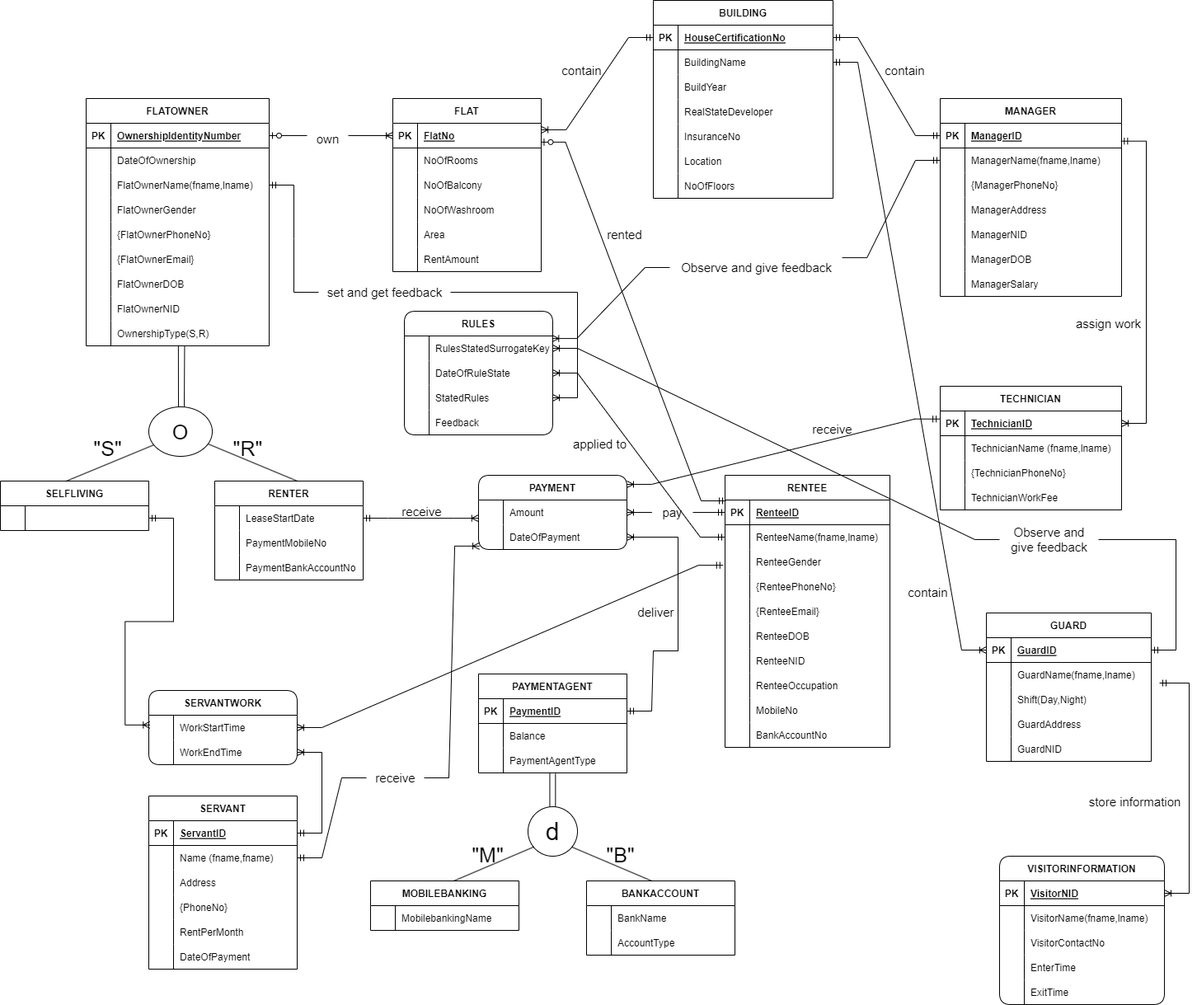
This is Documentation Pictures/EERD.png from toushifhossain1/Residential-Management-and-Monitoring-System, a draw.io export, as it was before one commit. Source tidied: cells renumbered, new cells last; positions are measured from the earlier drawing's top-left corner, leaving out a move shared by most shapes.
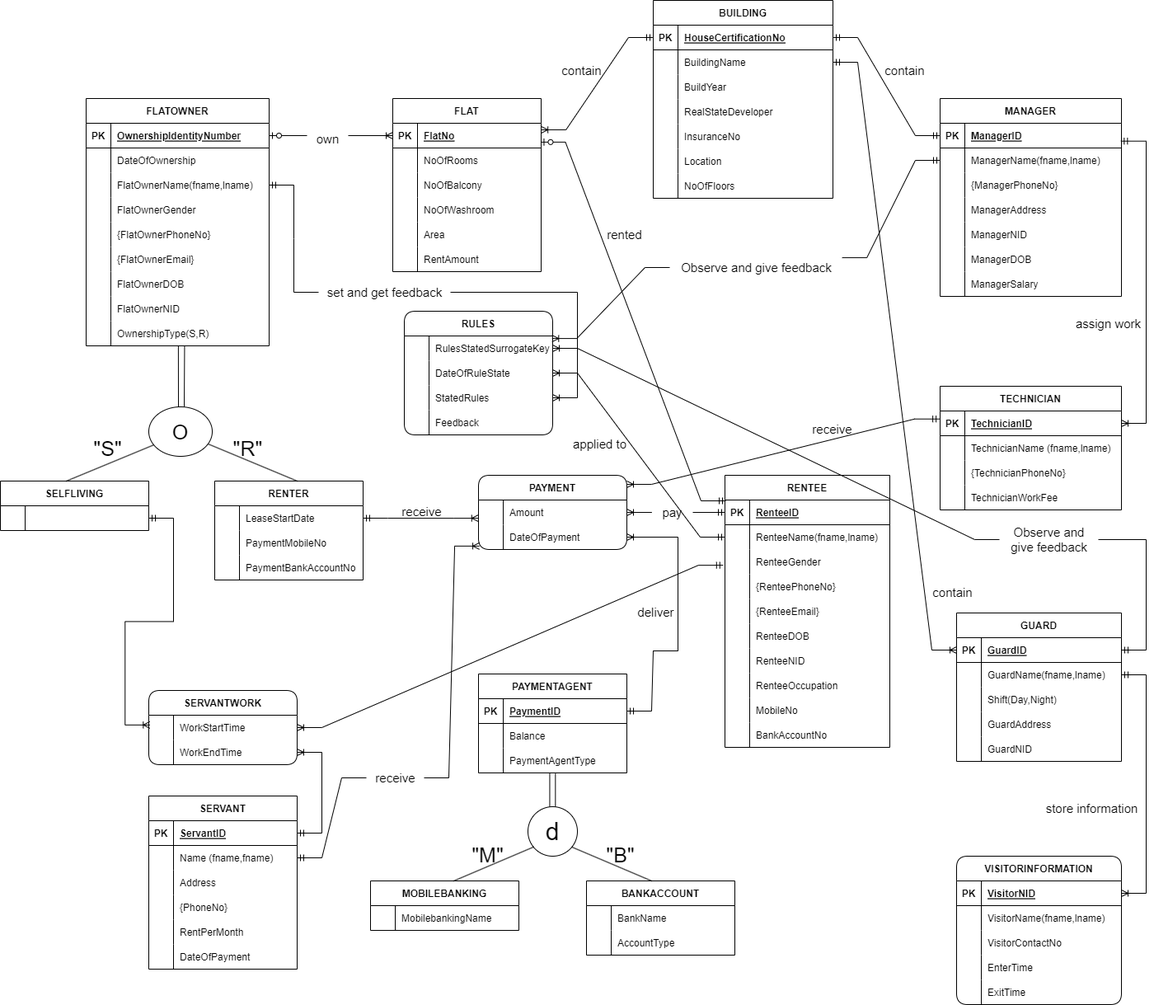
The same file after the commit.

Diff of the diagram source:
```diff
@@ -451,7 +451,7 @@
       <mxGeometry x="30" width="190" height="30" as="geometry" />
     </mxCell>
     <mxCell id="150" value="GUARD" style="shape=table;startSize=30;rowLines=0;fontStyle=1;align=center;fontSize=12;" parent="1" vertex="1">
-      <mxGeometry x="1196" y="743" width="200" height="180" as="geometry" />
+      <mxGeometry x="1160" y="743" width="200" height="180" as="geometry" />
     </mxCell>
     <mxCell id="151" style="shape=tableRow;horizontal=0;startSize=0;swimlaneHead=0;swimlaneBody=0;fillColor=none;points=[[0,0.5],[1,0.5]];portConstraint=eastwest;top=0;left=0;right=0;bottom=1;fontSize=12;" parent="150" vertex="1">
       <mxGeometry y="30" width="200" height="30" as="geometry" />
@@ -732,7 +732,7 @@
       <mxGeometry relative="1" as="geometry" />
     </mxCell>
     <mxCell id="238" value="VISITORINFORMATION" style="shape=table;startSize=30;rowLines=0;fontStyle=1;align=center;rounded=1;fontSize=12;" parent="1" vertex="1">
-      <mxGeometry x="1212" y="1038" width="200" height="180" as="geometry" />
+      <mxGeometry x="1160" y="1038" width="200" height="180" as="geometry" />
     </mxCell>
     <mxCell id="239" style="shape=tableRow;horizontal=0;startSize=0;swimlaneHead=0;swimlaneBody=0;fillColor=none;points=[[0,0.5],[1,0.5]];portConstraint=eastwest;top=0;left=0;right=0;bottom=1;rounded=0;fontSize=12;" parent="238" vertex="1">
       <mxGeometry y="30" width="200" height="30" as="geometry" />
@@ -780,7 +780,7 @@
       <mxGeometry x="30" width="170" height="30" as="geometry" />
     </mxCell>
     <mxCell id="254" value="&lt;font style=&quot;font-size: 15px;&quot;&gt;store information&lt;/font&gt;" style="text;html=1;align=center;verticalAlign=middle;strokeColor=none;fillColor=none;fontSize=12;" parent="1" vertex="1">
-      <mxGeometry x="1306" y="957" width="140" height="30" as="geometry" />
+      <mxGeometry x="1254" y="965" width="140" height="30" as="geometry" />
     </mxCell>
     <mxCell id="255" value="&lt;span style=&quot;font-size: 15px;&quot;&gt;assign work&lt;/span&gt;" style="text;html=1;align=center;verticalAlign=middle;strokeColor=none;fillColor=none;fontSize=12;" parent="1" vertex="1">
       <mxGeometry x="1294" y="377" width="100" height="30" as="geometry" />
@@ -944,10 +944,8 @@
         </Array>
       </mxGeometry>
     </mxCell>
-    <mxCell id="303" style="edgeStyle=entityRelationEdgeStyle;fontSize=12;html=1;endArrow=ERoneToMany;startArrow=ERmandOne;rounded=0;" parent="1" edge="1" target="239">
-      <mxGeometry relative="1" as="geometry">
-        <mxPoint x="1406" y="828" as="sourcePoint" />
-      </mxGeometry>
+    <mxCell id="303" style="edgeStyle=entityRelationEdgeStyle;fontSize=12;html=1;endArrow=ERoneToMany;startArrow=ERmandOne;rounded=0;" parent="1" edge="1" source="154" target="239">
+      <mxGeometry relative="1" as="geometry" />
     </mxCell>
     <mxCell id="304" style="edgeStyle=entityRelationEdgeStyle;fontSize=12;html=1;endArrow=ERoneToMany;startArrow=ERmandOne;rounded=0;entryX=0;entryY=0.5;entryDx=0;entryDy=0;" parent="1" edge="1" source="215" target="151">
       <mxGeometry relative="1" as="geometry">
@@ -957,7 +955,7 @@
       </mxGeometry>
     </mxCell>
     <mxCell id="305" value="&lt;font style=&quot;font-size: 15px;&quot;&gt;contain&lt;/font&gt;" style="text;html=1;align=center;verticalAlign=middle;strokeColor=none;fillColor=none;fontSize=12;" parent="1" vertex="1">
-      <mxGeometry x="1090" y="703" width="70" height="30" as="geometry" />
+      <mxGeometry x="1120" y="703" width="70" height="30" as="geometry" />
     </mxCell>
   </root>
 </mxGraphModel>
```
